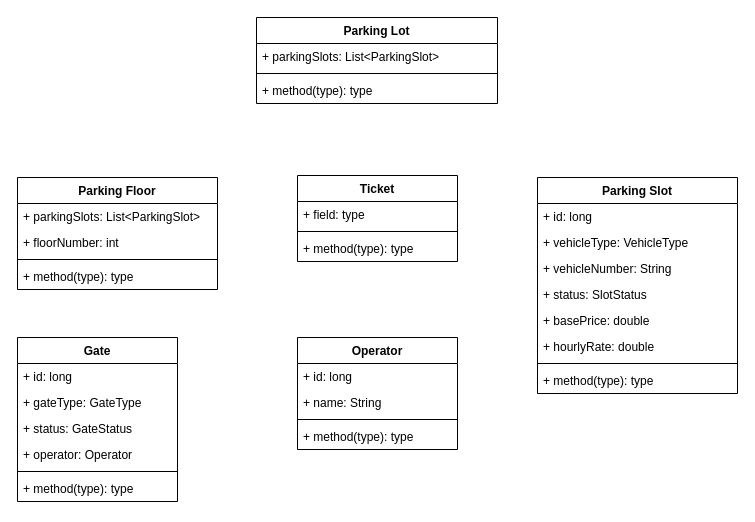
MANIKANTAABBURI/ScalerLLD3DrawIO keeps this draw.io diagram as Parking_Lot_1.drawio. Above is the earlier version. Source tidied: cells renumbered, new cells numbered last; positions are measured from the earlier drawing's top-left corner, leaving out a move shared by most shapes. Both pictures are drawn from the tidied source at 100%, with x=0, y=0 at pixel (17, 17).
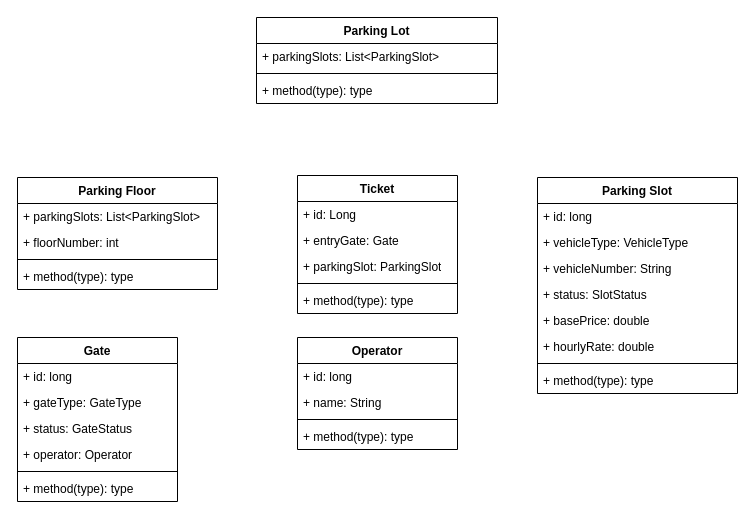
Above is the later version.

What changed in the source:
```diff
@@
     <mxCell id="20" value="Ticket" style="swimlane;fontStyle=1;align=center;verticalAlign=top;horizontal=1;startSize=26;whiteSpace=wrap;html=1;" parent="1" vertex="1">
-      <mxGeometry x="280" y="158" width="160" height="86" as="geometry" />
+      <mxGeometry x="280" y="158" width="160" height="138" as="geometry" />
     </mxCell>
-    <mxCell id="21" value="+ field: type" style="text;strokeColor=none;fillColor=none;align=left;verticalAlign=top;spacingLeft=4;spacingRight=4;overflow=hidden;whiteSpace=wrap;html=1;" parent="20" vertex="1">
+    <mxCell id="21" value="+ id: Long" style="text;strokeColor=none;fillColor=none;align=left;verticalAlign=top;spacingLeft=4;spacingRight=4;overflow=hidden;whiteSpace=wrap;html=1;" parent="20" vertex="1">
       <mxGeometry y="26" width="160" height="26" as="geometry" />
     </mxCell>
+    <mxCell id="36" value="+ entryGate: Gate" style="text;strokeColor=none;fillColor=none;align=left;verticalAlign=top;spacingLeft=4;spacingRight=4;overflow=hidden;whiteSpace=wrap;html=1;" parent="20" vertex="1">
+      <mxGeometry y="52" width="160" height="26" as="geometry" />
+    </mxCell>
+    <mxCell id="37" value="+ parkingSlot: ParkingSlot" style="text;strokeColor=none;fillColor=none;align=left;verticalAlign=top;spacingLeft=4;spacingRight=4;overflow=hidden;whiteSpace=wrap;html=1;" parent="20" vertex="1">
+      <mxGeometry y="78" width="160" height="26" as="geometry" />
+    </mxCell>
     <mxCell id="22" style="line;strokeWidth=1;fillColor=none;align=left;verticalAlign=middle;spacingTop=-1;spacingLeft=3;spacingRight=3;labelPosition=right;strokeColor=inherit;" parent="20" vertex="1">
-      <mxGeometry y="52" width="160" height="8" as="geometry" />
+      <mxGeometry y="104" width="160" height="8" as="geometry" />
     </mxCell>
     <mxCell id="23" value="+ method(type): type" style="text;strokeColor=none;fillColor=none;align=left;verticalAlign=top;spacingLeft=4;spacingRight=4;overflow=hidden;whiteSpace=wrap;html=1;" parent="20" vertex="1">
-      <mxGeometry y="60" width="160" height="26" as="geometry" />
+      <mxGeometry y="112" width="160" height="26" as="geometry" />
     </mxCell>
```
